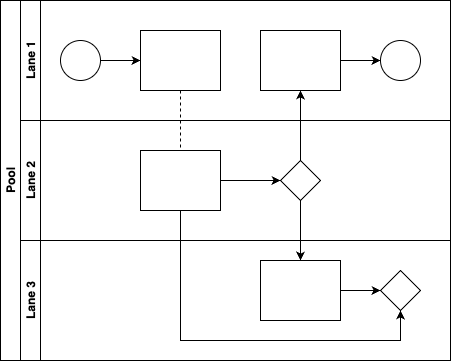
Earlier version of the draw.io export 度小满权益-业务主流程.png (yuanlj-tea/picgo). Source tidied: cells renumbered, new cells last; positions are measured from the earlier drawing's top-left corner, leaving out a move shared by most shapes. Its diagram source:
```xml
<mxGraphModel>
  <root>
    <mxCell id="0" />
    <mxCell id="1" parent="0" />
    <mxCell id="2" value="Pool" style="swimlane;html=1;horizontal=0;startSize=20;" parent="1" vertex="1">
      <mxGeometry width="450" height="360" as="geometry" />
    </mxCell>
    <mxCell id="3" style="edgeStyle=orthogonalEdgeStyle;rounded=0;jettySize=auto;html=1;dashed=1;endArrow=none;endFill=0;" parent="2" edge="1" source="10" target="16">
      <mxGeometry relative="1" as="geometry" />
    </mxCell>
    <mxCell id="4" style="edgeStyle=orthogonalEdgeStyle;rounded=0;jettySize=auto;html=1;endArrow=classic;endFill=1;" parent="2" edge="1" source="17" target="12">
      <mxGeometry relative="1" as="geometry" />
    </mxCell>
    <mxCell id="5" style="edgeStyle=orthogonalEdgeStyle;rounded=0;jettySize=auto;html=1;endArrow=classic;endFill=1;" parent="2" edge="1" source="17" target="20">
      <mxGeometry relative="1" as="geometry" />
    </mxCell>
    <mxCell id="6" style="edgeStyle=orthogonalEdgeStyle;rounded=0;jettySize=auto;html=1;endArrow=classic;endFill=1;" parent="2" edge="1" source="16" target="21">
      <mxGeometry relative="1" as="geometry">
        <Array as="points">
          <mxPoint x="180" y="340" />
          <mxPoint x="400" y="340" />
        </Array>
      </mxGeometry>
    </mxCell>
    <mxCell id="7" value="Lane 1" style="swimlane;html=1;startSize=20;horizontal=0;" parent="2" vertex="1">
      <mxGeometry x="20" width="430" height="120" as="geometry" />
    </mxCell>
    <mxCell id="8" style="edgeStyle=orthogonalEdgeStyle;rounded=0;jettySize=auto;html=1;" parent="7" edge="1" source="9" target="10">
      <mxGeometry relative="1" as="geometry" />
    </mxCell>
    <mxCell id="9" style="ellipse;whiteSpace=wrap;html=1;" parent="7" vertex="1">
      <mxGeometry x="40" y="40" width="40" height="40" as="geometry" />
    </mxCell>
    <mxCell id="10" style="rounded=0;whiteSpace=wrap;html=1;fontFamily=Helvetica;fontSize=12;fontColor=#000000;align=center;" parent="7" vertex="1">
      <mxGeometry x="120" y="30" width="80" height="60" as="geometry" />
    </mxCell>
    <mxCell id="11" style="edgeStyle=orthogonalEdgeStyle;rounded=0;jettySize=auto;html=1;endArrow=classic;endFill=1;" parent="7" edge="1" source="12" target="13">
      <mxGeometry relative="1" as="geometry" />
    </mxCell>
    <mxCell id="12" style="rounded=0;whiteSpace=wrap;html=1;fontFamily=Helvetica;fontSize=12;fontColor=#000000;align=center;" parent="7" vertex="1">
      <mxGeometry x="240" y="30" width="80" height="60" as="geometry" />
    </mxCell>
    <mxCell id="13" style="ellipse;whiteSpace=wrap;html=1;" parent="7" vertex="1">
      <mxGeometry x="360" y="40" width="40" height="40" as="geometry" />
    </mxCell>
    <mxCell id="14" value="Lane 2" style="swimlane;html=1;startSize=20;horizontal=0;" parent="2" vertex="1">
      <mxGeometry x="20" y="120" width="430" height="120" as="geometry" />
    </mxCell>
    <mxCell id="15" style="edgeStyle=orthogonalEdgeStyle;rounded=0;jettySize=auto;html=1;endArrow=classic;endFill=1;" parent="14" edge="1" source="16" target="17">
      <mxGeometry relative="1" as="geometry" />
    </mxCell>
    <mxCell id="16" style="rounded=0;whiteSpace=wrap;html=1;fontFamily=Helvetica;fontSize=12;fontColor=#000000;align=center;" parent="14" vertex="1">
      <mxGeometry x="120" y="30" width="80" height="60" as="geometry" />
    </mxCell>
    <mxCell id="17" style="rhombus;whiteSpace=wrap;html=1;fontFamily=Helvetica;fontSize=12;fontColor=#000000;align=center;" parent="14" vertex="1">
      <mxGeometry x="260" y="40" width="40" height="40" as="geometry" />
    </mxCell>
    <mxCell id="18" value="Lane 3" style="swimlane;html=1;startSize=20;horizontal=0;" parent="2" vertex="1">
      <mxGeometry x="20" y="240" width="430" height="120" as="geometry" />
    </mxCell>
    <mxCell id="19" style="edgeStyle=orthogonalEdgeStyle;rounded=0;jettySize=auto;html=1;endArrow=classic;endFill=1;" parent="18" edge="1" source="20" target="21">
      <mxGeometry relative="1" as="geometry" />
    </mxCell>
    <mxCell id="20" style="rounded=0;whiteSpace=wrap;html=1;fontFamily=Helvetica;fontSize=12;fontColor=#000000;align=center;" parent="18" vertex="1">
      <mxGeometry x="240" y="20" width="80" height="60" as="geometry" />
    </mxCell>
    <mxCell id="21" style="rhombus;whiteSpace=wrap;html=1;fontFamily=Helvetica;fontSize=12;fontColor=#000000;align=center;" parent="18" vertex="1">
      <mxGeometry x="360" y="30" width="40" height="40" as="geometry" />
    </mxCell>
  </root>
</mxGraphModel>
```
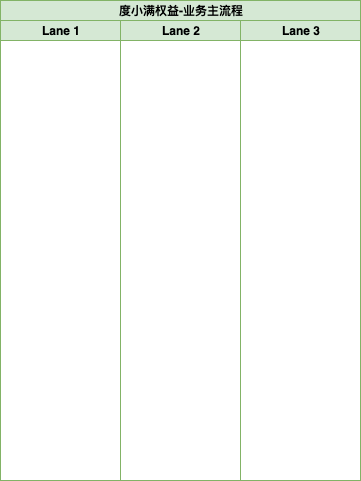
The same diagram one commit later.

Commit message:
更新度小满权益-业务主流程.png

What changed in the source:
```diff
@@ -2,70 +2,17 @@
   <root>
     <mxCell id="0" />
     <mxCell id="1" parent="0" />
-    <mxCell id="2" value="Pool" style="swimlane;html=1;horizontal=0;startSize=20;" parent="1" vertex="1">
-      <mxGeometry width="450" height="360" as="geometry" />
-    </mxCell>
-    <mxCell id="3" style="edgeStyle=orthogonalEdgeStyle;rounded=0;jettySize=auto;html=1;dashed=1;endArrow=none;endFill=0;" parent="2" edge="1" source="10" target="16">
-      <mxGeometry relative="1" as="geometry" />
-    </mxCell>
-    <mxCell id="4" style="edgeStyle=orthogonalEdgeStyle;rounded=0;jettySize=auto;html=1;endArrow=classic;endFill=1;" parent="2" edge="1" source="17" target="12">
-      <mxGeometry relative="1" as="geometry" />
-    </mxCell>
-    <mxCell id="5" style="edgeStyle=orthogonalEdgeStyle;rounded=0;jettySize=auto;html=1;endArrow=classic;endFill=1;" parent="2" edge="1" source="17" target="20">
-      <mxGeometry relative="1" as="geometry" />
-    </mxCell>
-    <mxCell id="6" style="edgeStyle=orthogonalEdgeStyle;rounded=0;jettySize=auto;html=1;endArrow=classic;endFill=1;" parent="2" edge="1" source="16" target="21">
-      <mxGeometry relative="1" as="geometry">
-        <Array as="points">
-          <mxPoint x="180" y="340" />
-          <mxPoint x="400" y="340" />
-        </Array>
-      </mxGeometry>
-    </mxCell>
+    <mxCell id="22" value="度小满权益-业务主流程" style="swimlane;startSize=20;html=1;fillColor=#d5e8d4;strokeColor=#82b366;" parent="1" vertex="1">
+      <mxGeometry x="-20" y="80" width="360" height="480" as="geometry" />
+    </mxCell>
-    <mxCell id="7" value="Lane 1" style="swimlane;html=1;startSize=20;horizontal=0;" parent="2" vertex="1">
-      <mxGeometry x="20" width="430" height="120" as="geometry" />
+    <mxCell id="7" value="Lane 1" style="swimlane;startSize=20;html=1;fillColor=#d5e8d4;strokeColor=#82b366;" parent="22" vertex="1">
+      <mxGeometry y="20" width="120" height="460" as="geometry" />
     </mxCell>
-    <mxCell id="8" style="edgeStyle=orthogonalEdgeStyle;rounded=0;jettySize=auto;html=1;" parent="7" edge="1" source="9" target="10">
-      <mxGeometry relative="1" as="geometry" />
-    </mxCell>
-    <mxCell id="9" style="ellipse;whiteSpace=wrap;html=1;" parent="7" vertex="1">
-      <mxGeometry x="40" y="40" width="40" height="40" as="geometry" />
-    </mxCell>
-    <mxCell id="10" style="rounded=0;whiteSpace=wrap;html=1;fontFamily=Helvetica;fontSize=12;fontColor=#000000;align=center;" parent="7" vertex="1">
-      <mxGeometry x="120" y="30" width="80" height="60" as="geometry" />
-    </mxCell>
-    <mxCell id="11" style="edgeStyle=orthogonalEdgeStyle;rounded=0;jettySize=auto;html=1;endArrow=classic;endFill=1;" parent="7" edge="1" source="12" target="13">
-      <mxGeometry relative="1" as="geometry" />
-    </mxCell>
-    <mxCell id="12" style="rounded=0;whiteSpace=wrap;html=1;fontFamily=Helvetica;fontSize=12;fontColor=#000000;align=center;" parent="7" vertex="1">
-      <mxGeometry x="240" y="30" width="80" height="60" as="geometry" />
-    </mxCell>
-    <mxCell id="13" style="ellipse;whiteSpace=wrap;html=1;" parent="7" vertex="1">
-      <mxGeometry x="360" y="40" width="40" height="40" as="geometry" />
-    </mxCell>
-    <mxCell id="14" value="Lane 2" style="swimlane;html=1;startSize=20;horizontal=0;" parent="2" vertex="1">
-      <mxGeometry x="20" y="120" width="430" height="120" as="geometry" />
+    <mxCell id="14" value="Lane 2" style="swimlane;startSize=20;html=1;fillColor=#d5e8d4;strokeColor=#82b366;" parent="22" vertex="1">
+      <mxGeometry x="120" y="20" width="120" height="460" as="geometry" />
     </mxCell>
-    <mxCell id="15" style="edgeStyle=orthogonalEdgeStyle;rounded=0;jettySize=auto;html=1;endArrow=classic;endFill=1;" parent="14" edge="1" source="16" target="17">
-      <mxGeometry relative="1" as="geometry" />
-    </mxCell>
-    <mxCell id="16" style="rounded=0;whiteSpace=wrap;html=1;fontFamily=Helvetica;fontSize=12;fontColor=#000000;align=center;" parent="14" vertex="1">
-      <mxGeometry x="120" y="30" width="80" height="60" as="geometry" />
-    </mxCell>
-    <mxCell id="17" style="rhombus;whiteSpace=wrap;html=1;fontFamily=Helvetica;fontSize=12;fontColor=#000000;align=center;" parent="14" vertex="1">
-      <mxGeometry x="260" y="40" width="40" height="40" as="geometry" />
-    </mxCell>
-    <mxCell id="18" value="Lane 3" style="swimlane;html=1;startSize=20;horizontal=0;" parent="2" vertex="1">
-      <mxGeometry x="20" y="240" width="430" height="120" as="geometry" />
+    <mxCell id="18" value="Lane 3" style="swimlane;startSize=20;html=1;fillColor=#d5e8d4;strokeColor=#82b366;" parent="22" vertex="1">
+      <mxGeometry x="240" y="20" width="120" height="460" as="geometry" />
     </mxCell>
-    <mxCell id="19" style="edgeStyle=orthogonalEdgeStyle;rounded=0;jettySize=auto;html=1;endArrow=classic;endFill=1;" parent="18" edge="1" source="20" target="21">
-      <mxGeometry relative="1" as="geometry" />
-    </mxCell>
-    <mxCell id="20" style="rounded=0;whiteSpace=wrap;html=1;fontFamily=Helvetica;fontSize=12;fontColor=#000000;align=center;" parent="18" vertex="1">
-      <mxGeometry x="240" y="20" width="80" height="60" as="geometry" />
-    </mxCell>
-    <mxCell id="21" style="rhombus;whiteSpace=wrap;html=1;fontFamily=Helvetica;fontSize=12;fontColor=#000000;align=center;" parent="18" vertex="1">
-      <mxGeometry x="360" y="30" width="40" height="40" as="geometry" />
-    </mxCell>
   </root>
 </mxGraphModel>
```
